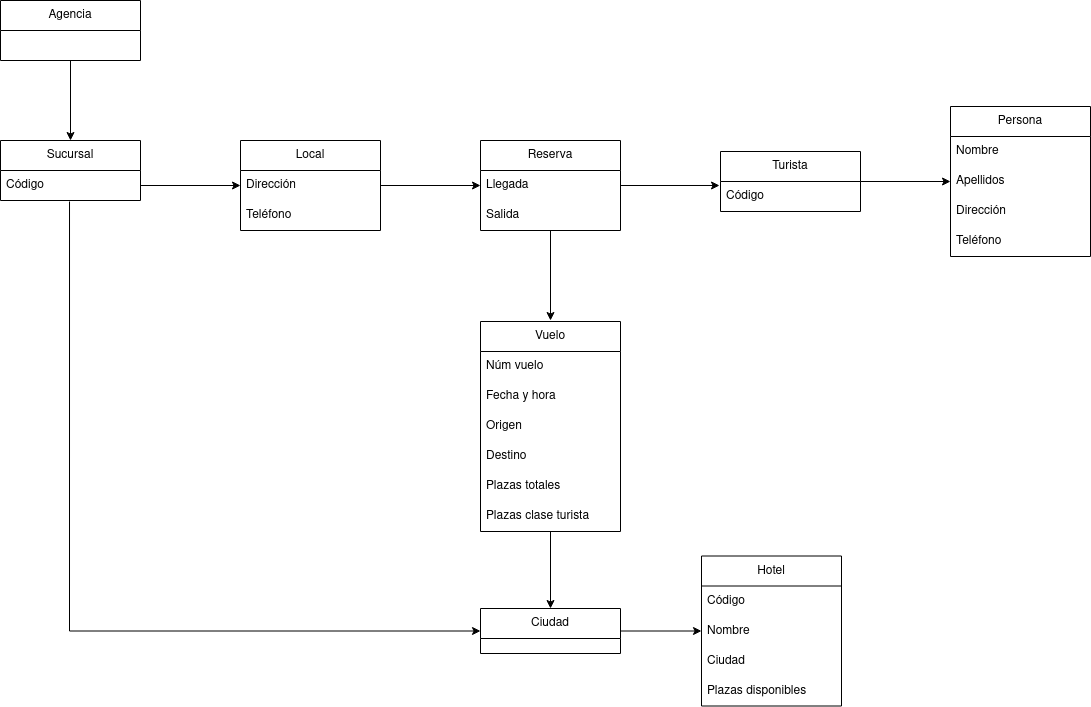
This is Tema 5. Diagramas de clase/Tarea 2. Agencia viajes/img/AgenciaViajes.drawio.png from colidom/ets, a draw.io export, as it was before one commit. Source tidied: cells renumbered, new cells last; positions are measured from the earlier drawing's top-left corner, leaving out a move shared by most shapes.
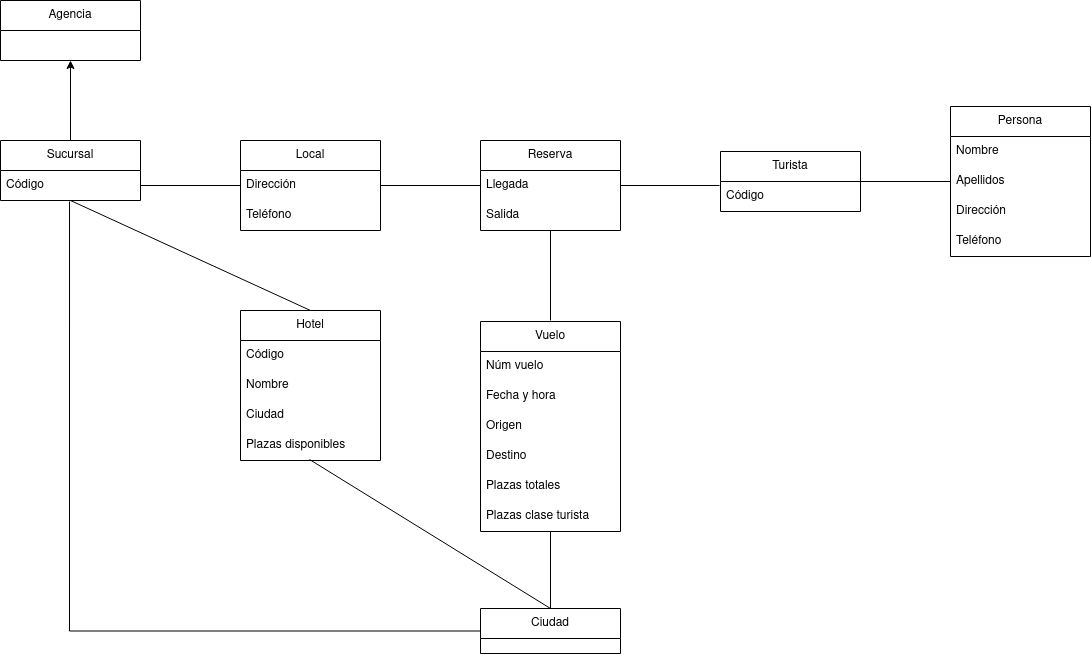
Later version of the same file.

What changed in the source:
```diff
@@ -2,7 +2,7 @@
   <root>
     <mxCell id="0" />
     <mxCell id="1" parent="0" />
-    <mxCell id="2" style="edgeStyle=orthogonalEdgeStyle;rounded=0;jettySize=auto;html=1;startArrow=none;startFill=0;endArrow=classic;endFill=1;entryX=0;entryY=0.5;entryDx=0;entryDy=0;exitX=0.493;exitY=1.033;exitDx=0;exitDy=0;exitPerimeter=0;" parent="1" edge="1" source="4" target="39">
+    <mxCell id="2" style="edgeStyle=orthogonalEdgeStyle;rounded=0;jettySize=auto;html=1;startArrow=none;startFill=0;endArrow=none;endFill=0;entryX=0;entryY=0.5;entryDx=0;entryDy=0;exitX=0.493;exitY=1.033;exitDx=0;exitDy=0;exitPerimeter=0;" parent="1" edge="1" source="4" target="39">
       <mxGeometry relative="1" as="geometry" />
     </mxCell>
     <mxCell id="3" value="&lt;div&gt;Sucursal&lt;/div&gt;" style="swimlane;fontStyle=0;horizontal=1;startSize=30;whiteSpace=wrap;html=1;" parent="1" vertex="1">
@@ -32,7 +32,7 @@
     <mxCell id="11" value="Código" style="text;strokeColor=none;fillColor=none;align=left;verticalAlign=middle;spacingLeft=4;spacingRight=4;overflow=hidden;points=[[0,0.5],[1,0.5]];portConstraint=eastwest;whiteSpace=wrap;html=1;" parent="10" vertex="1">
       <mxGeometry y="30" width="140" height="30" as="geometry" />
     </mxCell>
-    <mxCell id="12" style="edgeStyle=orthogonalEdgeStyle;rounded=0;jettySize=auto;html=1;entryX=1;entryY=0.5;entryDx=0;entryDy=0;endArrow=none;endFill=0;startArrow=classic;startFill=1;" parent="1" edge="1" source="7" target="10">
+    <mxCell id="12" style="edgeStyle=orthogonalEdgeStyle;rounded=0;jettySize=auto;html=1;entryX=1;entryY=0.5;entryDx=0;entryDy=0;endArrow=none;endFill=0;startArrow=none;startFill=0;" parent="1" edge="1" source="7" target="10">
       <mxGeometry relative="1" as="geometry" />
     </mxCell>
     <mxCell id="13" value="Local" style="swimlane;fontStyle=0;horizontal=1;startSize=30;whiteSpace=wrap;html=1;" parent="1" vertex="1">
@@ -44,22 +44,22 @@
     <mxCell id="15" value="Teléfono" style="text;strokeColor=none;fillColor=none;align=left;verticalAlign=middle;spacingLeft=4;spacingRight=4;overflow=hidden;whiteSpace=wrap;html=1;" parent="13" vertex="1">
       <mxGeometry y="60" width="140" height="30" as="geometry" />
     </mxCell>
-    <mxCell id="16" style="edgeStyle=orthogonalEdgeStyle;rounded=0;jettySize=auto;html=1;" parent="1" edge="1" source="14">
+    <mxCell id="16" style="edgeStyle=orthogonalEdgeStyle;rounded=0;jettySize=auto;html=1;endArrow=none;endFill=0;" parent="1" edge="1" source="14">
       <mxGeometry relative="1" as="geometry">
         <mxPoint x="480" y="185" as="targetPoint" />
       </mxGeometry>
     </mxCell>
-    <mxCell id="17" style="edgeStyle=orthogonalEdgeStyle;rounded=0;jettySize=auto;html=1;entryX=0;entryY=0.5;entryDx=0;entryDy=0;" parent="1" edge="1" source="4" target="14">
+    <mxCell id="17" style="edgeStyle=orthogonalEdgeStyle;rounded=0;jettySize=auto;html=1;entryX=0;entryY=0.5;entryDx=0;entryDy=0;endArrow=none;endFill=0;" parent="1" edge="1" source="4" target="14">
       <mxGeometry relative="1" as="geometry" />
     </mxCell>
-    <mxCell id="18" style="edgeStyle=orthogonalEdgeStyle;rounded=0;jettySize=auto;html=1;" parent="1" edge="1" source="19" target="3">
+    <mxCell id="18" style="edgeStyle=orthogonalEdgeStyle;rounded=0;jettySize=auto;html=1;endArrow=none;endFill=0;startArrow=classic;startFill=1;" parent="1" edge="1" source="19" target="3">
       <mxGeometry relative="1" as="geometry" />
     </mxCell>
     <mxCell id="19" value="Agencia" style="swimlane;fontStyle=0;horizontal=1;startSize=30;whiteSpace=wrap;html=1;" parent="1" vertex="1">
       <mxGeometry width="140" height="60" as="geometry" />
     </mxCell>
     <mxCell id="20" value="Hotel" style="swimlane;fontStyle=0;horizontal=1;startSize=30;whiteSpace=wrap;html=1;" parent="1" vertex="1">
-      <mxGeometry x="701" y="555.5" width="140" height="150" as="geometry" />
+      <mxGeometry x="240" y="310" width="140" height="150" as="geometry" />
     </mxCell>
     <mxCell id="21" value="Código" style="text;strokeColor=none;fillColor=none;align=left;verticalAlign=middle;spacingLeft=4;spacingRight=4;overflow=hidden;whiteSpace=wrap;html=1;" parent="20" vertex="1">
       <mxGeometry y="30" width="140" height="30" as="geometry" />
@@ -73,7 +73,7 @@
     <mxCell id="24" value="Plazas disponibles" style="text;strokeColor=none;fillColor=none;align=left;verticalAlign=middle;spacingLeft=4;spacingRight=4;overflow=hidden;points=[[0,0.5],[1,0.5]];portConstraint=eastwest;whiteSpace=wrap;html=1;" parent="20" vertex="1">
       <mxGeometry y="120" width="140" height="30" as="geometry" />
     </mxCell>
-    <mxCell id="25" style="edgeStyle=orthogonalEdgeStyle;rounded=0;jettySize=auto;html=1;" parent="1" edge="1" source="26">
+    <mxCell id="25" style="edgeStyle=orthogonalEdgeStyle;rounded=0;jettySize=auto;html=1;endArrow=none;endFill=0;" parent="1" edge="1" source="26">
       <mxGeometry relative="1" as="geometry">
         <mxPoint x="550" y="320" as="targetPoint" />
       </mxGeometry>
@@ -87,10 +87,10 @@
     <mxCell id="28" value="Salida" style="text;strokeColor=none;fillColor=none;align=left;verticalAlign=middle;spacingLeft=4;spacingRight=4;overflow=hidden;whiteSpace=wrap;html=1;" parent="26" vertex="1">
       <mxGeometry y="60" width="140" height="30" as="geometry" />
     </mxCell>
-    <mxCell id="29" style="edgeStyle=orthogonalEdgeStyle;rounded=0;jettySize=auto;html=1;entryX=1;entryY=0.5;entryDx=0;entryDy=0;endArrow=none;endFill=0;startArrow=classic;startFill=1;exitX=-0.007;exitY=0.133;exitDx=0;exitDy=0;exitPerimeter=0;" parent="1" edge="1" source="11" target="27">
+    <mxCell id="29" style="edgeStyle=orthogonalEdgeStyle;rounded=0;jettySize=auto;html=1;entryX=1;entryY=0.5;entryDx=0;entryDy=0;endArrow=none;endFill=0;startArrow=none;startFill=0;exitX=-0.007;exitY=0.133;exitDx=0;exitDy=0;exitPerimeter=0;" parent="1" edge="1" source="11" target="27">
       <mxGeometry relative="1" as="geometry" />
     </mxCell>
-    <mxCell id="30" style="edgeStyle=orthogonalEdgeStyle;rounded=0;jettySize=auto;html=1;startArrow=none;startFill=0;endArrow=classic;endFill=1;entryX=0.5;entryY=0;entryDx=0;entryDy=0;exitX=0.5;exitY=1;exitDx=0;exitDy=0;" parent="1" edge="1" source="31" target="39">
+    <mxCell id="30" style="edgeStyle=orthogonalEdgeStyle;rounded=0;jettySize=auto;html=1;startArrow=none;startFill=0;endArrow=none;endFill=0;entryX=0.5;entryY=0;entryDx=0;entryDy=0;exitX=0.5;exitY=1;exitDx=0;exitDy=0;" parent="1" edge="1" source="31" target="39">
       <mxGeometry relative="1" as="geometry" />
     </mxCell>
     <mxCell id="31" value="Vuelo" style="swimlane;fontStyle=0;horizontal=1;startSize=30;whiteSpace=wrap;html=1;" parent="1" vertex="1">
@@ -114,11 +114,14 @@
     <mxCell id="37" value="Plazas clase turista" style="text;strokeColor=none;fillColor=none;align=left;verticalAlign=middle;spacingLeft=4;spacingRight=4;overflow=hidden;whiteSpace=wrap;html=1;" parent="31" vertex="1">
       <mxGeometry y="180" width="140" height="30" as="geometry" />
     </mxCell>
-    <mxCell id="38" style="edgeStyle=orthogonalEdgeStyle;rounded=0;jettySize=auto;html=1;startArrow=none;startFill=0;endArrow=classic;endFill=1;entryX=0;entryY=0.5;entryDx=0;entryDy=0;" parent="1" edge="1" source="39" target="22">
+    <mxCell id="38" style="rounded=0;jettySize=auto;html=1;startArrow=none;startFill=0;endArrow=none;endFill=0;entryX=0.493;entryY=0.967;entryDx=0;entryDy=0;entryPerimeter=0;exitX=0.5;exitY=0;exitDx=0;exitDy=0;" parent="1" edge="1" source="39" target="24">
       <mxGeometry relative="1" as="geometry" />
     </mxCell>
     <mxCell id="39" value="Ciudad" style="swimlane;fontStyle=0;horizontal=1;startSize=30;whiteSpace=wrap;html=1;" parent="1" vertex="1">
       <mxGeometry x="480" y="608" width="140" height="45" as="geometry" />
     </mxCell>
+    <mxCell id="40" style="rounded=0;jettySize=auto;html=1;startArrow=none;startFill=0;endArrow=none;endFill=0;entryX=0.5;entryY=1;entryDx=0;entryDy=0;exitX=0.5;exitY=0;exitDx=0;exitDy=0;" parent="1" edge="1" source="20" target="3">
+      <mxGeometry relative="1" as="geometry" />
+    </mxCell>
   </root>
 </mxGraphModel>
```
